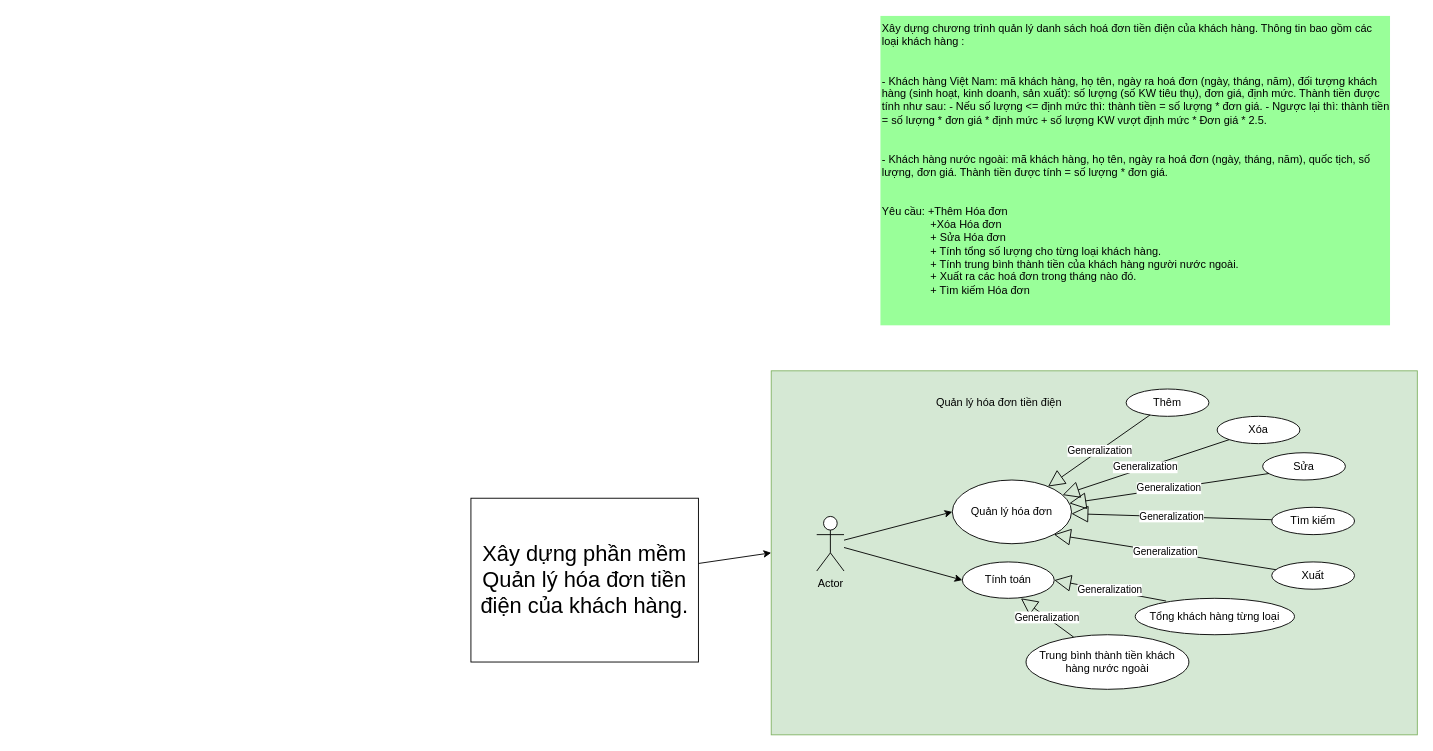
KhanhNguyen9872/TKXDPM_QLHoaDonDien keeps this draw.io diagram as page "Xác định/Thu thập yêu cầu" (1 of 4) of DeTai1.drawio. Above is the earlier version. Source tidied: cells renumbered, new cells numbered last; positions are measured from the earlier drawing's top-left corner, leaving out a move shared by most shapes. Both pictures are drawn from the tidied source at 91%, with x=0, y=0 at pixel (470, 15).
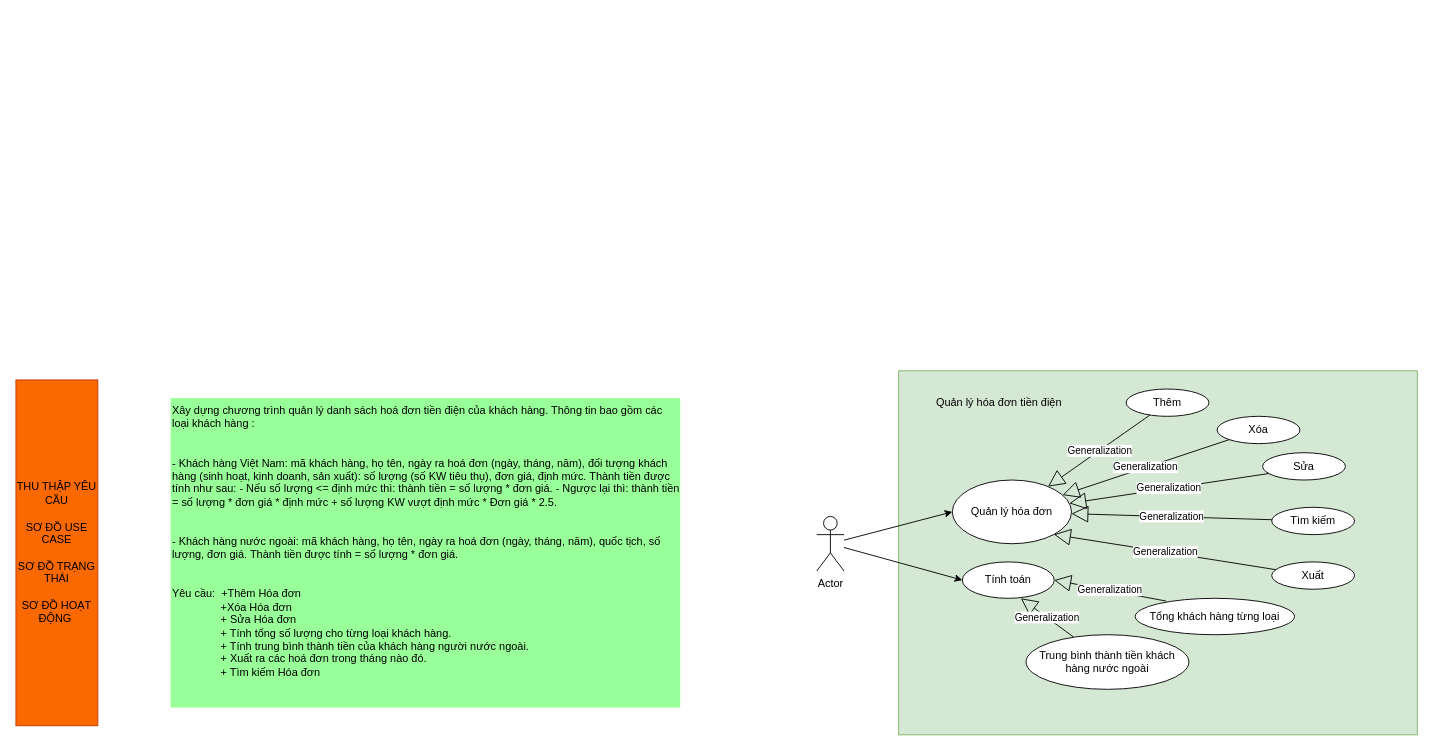
After the change.

Change to the diagram source:
```diff
@@
-    <mxCell id="2" value="Xây dựng chương trình quản lý danh sách hoá đơn tiền điện của khách hàng. Thông tin bao gồm các loại khách hàng : &#10;&#10;&#10;- Khách hàng Việt Nam: mã khách hàng, họ tên, ngày ra hoá đơn (ngày, tháng, năm), đối tượng khách hàng (sinh hoạt, kinh doanh, sản xuất): số lượng (số KW tiêu thụ), đơn giá, định mức. Thành tiền được tính như sau: - Nếu số lượng &lt;= định mức thì: thành tiền = số lượng * đơn giá. - Ngược lại thì: thành tiền = số lượng * đơn giá * định mức + số lượng KW vượt định mức * Đơn giá * 2.5.&#10;&#10;&#10;- Khách hàng nước ngoài: mã khách hàng, họ tên, ngày ra hoá đơn (ngày, tháng, năm), quốc tịch, số lượng, đơn giá. Thành tiền được tính = số lượng * đơn giá. &#10;&#10;&#10;Yêu cầu: +Thêm Hóa đơn &#10;                +Xóa Hóa đơn&#10;                + Sửa Hóa đơn&#10;                + Tính tổng số lượng cho từng loại khách hàng.&#10;                + Tính trung bình thành tiền của khách hàng người nước ngoài.&#10;                + Xuất ra các hoá đơn trong tháng nào đó.&#10;                + Tìm kiếm Hóa đơn" style="text;whiteSpace=wrap;fillColor=#99FF99;" parent="1" vertex="1">
-      <mxGeometry x="450" width="560" height="340" as="geometry" />
+    <mxCell id="2" value="Xây dựng chương trình quản lý danh sách hoá đơn tiền điện của khách hàng. Thông tin bao gồm các loại khách hàng : &#10;&#10;&#10;- Khách hàng Việt Nam: mã khách hàng, họ tên, ngày ra hoá đơn (ngày, tháng, năm), đối tượng khách hàng (sinh hoạt, kinh doanh, sản xuất): số lượng (số KW tiêu thụ), đơn giá, định mức. Thành tiền được tính như sau: - Nếu số lượng &lt;= định mức thì: thành tiền = số lượng * đơn giá. - Ngược lại thì: thành tiền = số lượng * đơn giá * định mức + số lượng KW vượt định mức * Đơn giá * 2.5.&#10;&#10;&#10;- Khách hàng nước ngoài: mã khách hàng, họ tên, ngày ra hoá đơn (ngày, tháng, năm), quốc tịch, số lượng, đơn giá. Thành tiền được tính = số lượng * đơn giá. &#10;&#10;&#10;Yêu cầu:  +Thêm Hóa đơn &#10;                +Xóa Hóa đơn&#10;                + Sửa Hóa đơn&#10;                + Tính tổng số lượng cho từng loại khách hàng.&#10;                + Tính trung bình thành tiền của khách hàng người nước ngoài.&#10;                + Xuất ra các hoá đơn trong tháng nào đó.&#10;                + Tìm kiếm Hóa đơn" style="text;whiteSpace=wrap;fillColor=#99FF99;" parent="1" vertex="1">
+      <mxGeometry x="-330" y="420" width="560" height="340" as="geometry" />
     </mxCell>
     <mxCell id="3" style="whiteSpace=wrap;html=1;fillColor=#d5e8d4;strokeColor=#82b366;" parent="1" vertex="1">
-      <mxGeometry x="330" y="390" width="710" height="400" as="geometry" />
+      <mxGeometry x="470" y="390" width="570" height="400" as="geometry" />
     </mxCell>
@@
-    <mxCell id="24" style="rounded=0;jettySize=auto;html=1;entryX=0;entryY=0.5;entryDx=0;entryDy=0;" parent="1" edge="1" source="25" target="3">
-      <mxGeometry relative="1" as="geometry" />
-    </mxCell>
-    <mxCell id="25" value="&lt;font style=&quot;font-size: 24px;&quot;&gt;Xây dựng phần mềm Quản lý hóa đơn tiền điện của khách hàng.&lt;/font&gt;" style="whiteSpace=wrap;html=1;align=center;" parent="1" vertex="1">
-      <mxGeometry y="530" width="250" height="180" as="geometry" />
-    </mxCell>
+    <mxCell id="26" value="THU THẬP YÊU CẦU&lt;div&gt;&lt;br&gt;&lt;div&gt;SƠ ĐỒ USE CASE&lt;/div&gt;&lt;div&gt;&lt;br&gt;&lt;/div&gt;&lt;div&gt;SƠ ĐỒ TRẠNG THÁI&lt;/div&gt;&lt;div&gt;&lt;br&gt;&lt;/div&gt;&lt;div&gt;SƠ ĐỒ HOẠT ĐỘNG&amp;nbsp;&lt;/div&gt;&lt;/div&gt;" style="whiteSpace=wrap;html=1;fillColor=#fa6800;fontColor=#000000;strokeColor=#C73500;" parent="1" vertex="1">
+      <mxGeometry x="-500" y="400" width="90" height="380" as="geometry" />
+    </mxCell>
```
